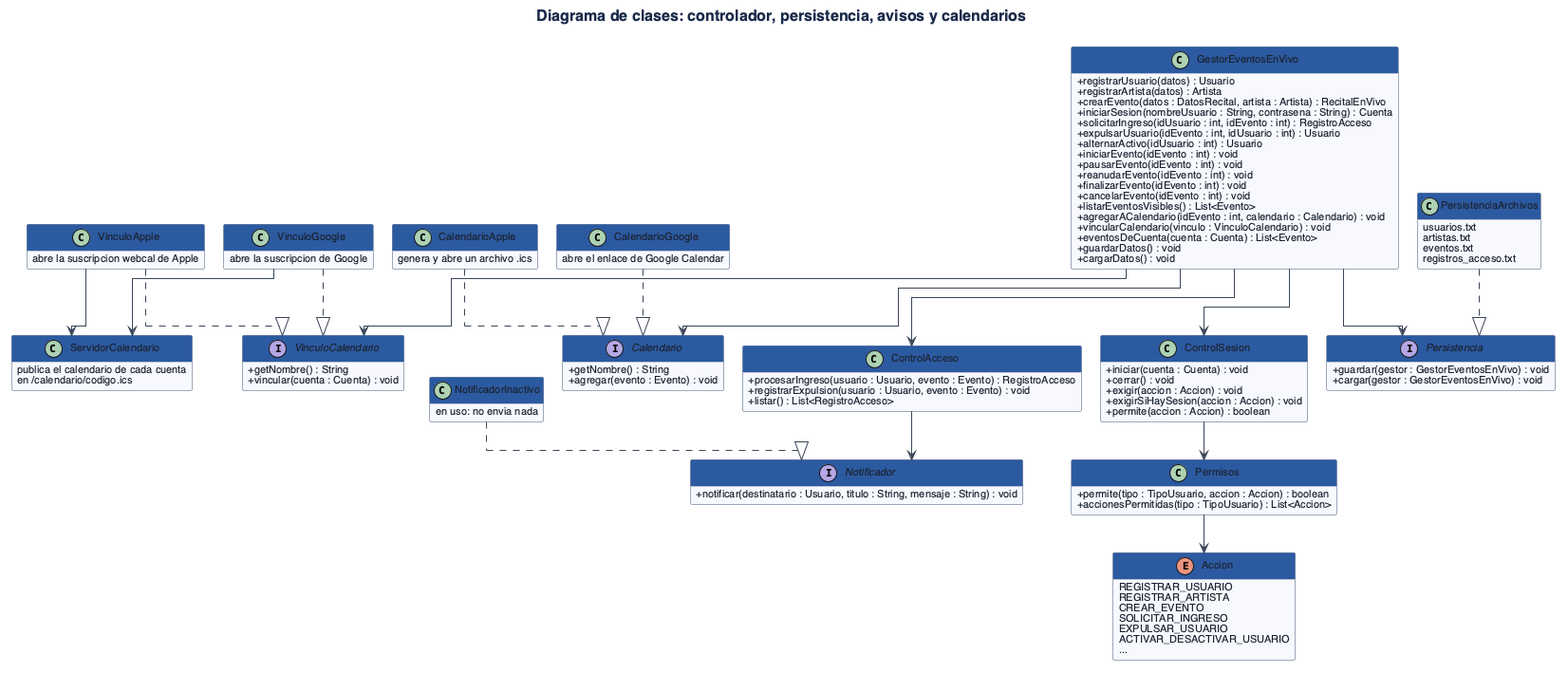
Earlier version of the PlantUML export TP/Grupo9_POO_Diagramas_Pdf/imagenes/clases-controlador.png (lferraro1103/Proceso-de-desarrollo-de-sosftware).
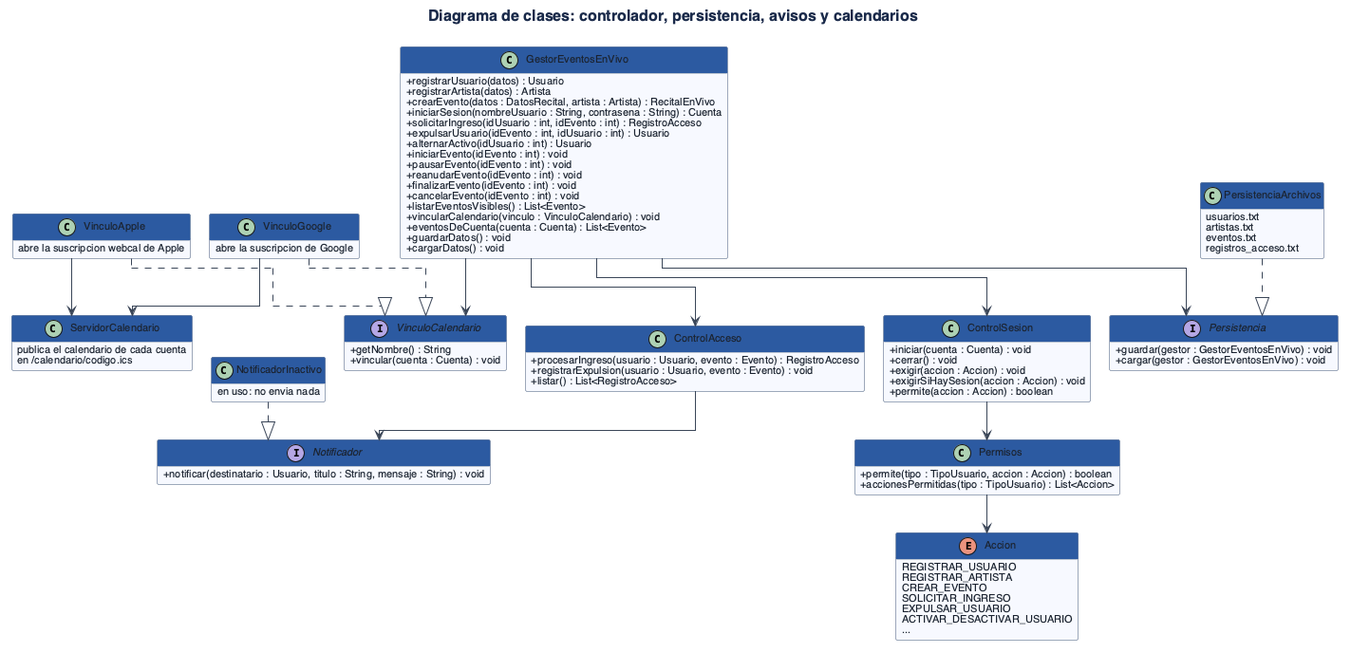
The same diagram one commit later.

The edit, as a diff of the source:
```diff
@@ -16,7 +16,6 @@
   +finalizarEvento(idEvento : int) : void
   +cancelarEvento(idEvento : int) : void
   +listarEventosVisibles() : List<Evento>
-  +agregarACalendario(idEvento : int, calendario : Calendario) : void
   +vincularCalendario(vinculo : VinculoCalendario) : void
   +eventosDeCuenta(cuenta : Cuenta) : List<Evento>
   +guardarDatos() : void
@@ -61,11 +60,6 @@
   +notificar(destinatario : Usuario, titulo : String, mensaje : String) : void
 }
 
-interface Calendario {
-  +getNombre() : String
-  +agregar(evento : Evento) : void
-}
-
 interface VinculoCalendario {
   +getNombre() : String
   +vincular(cuenta : Cuenta) : void
@@ -82,10 +76,6 @@
   en uso: no envia nada
 }
 
-class CalendarioGoogle {
-  abre el enlace de Google Calendar
-}
-
 class VinculoGoogle {
   abre la suscripcion de Google
 }
@@ -99,14 +89,9 @@
   en /calendario/codigo.ics
 }
 
-class CalendarioApple {
-  genera y abre un archivo .ics
-}
-
 GestorEventosEnVivo --> ControlAcceso
 GestorEventosEnVivo --> ControlSesion
 GestorEventosEnVivo --> Persistencia
-GestorEventosEnVivo --> Calendario
 GestorEventosEnVivo --> VinculoCalendario
 VinculoGoogle --> ServidorCalendario
 VinculoApple --> ServidorCalendario
@@ -115,8 +100,6 @@
 Permisos --> Accion
 PersistenciaArchivos ..|> Persistencia
 NotificadorInactivo ..|> Notificador
-CalendarioGoogle ..|> Calendario
-CalendarioApple ..|> Calendario
 VinculoGoogle ..|> VinculoCalendario
 VinculoApple ..|> VinculoCalendario
 @enduml
```
